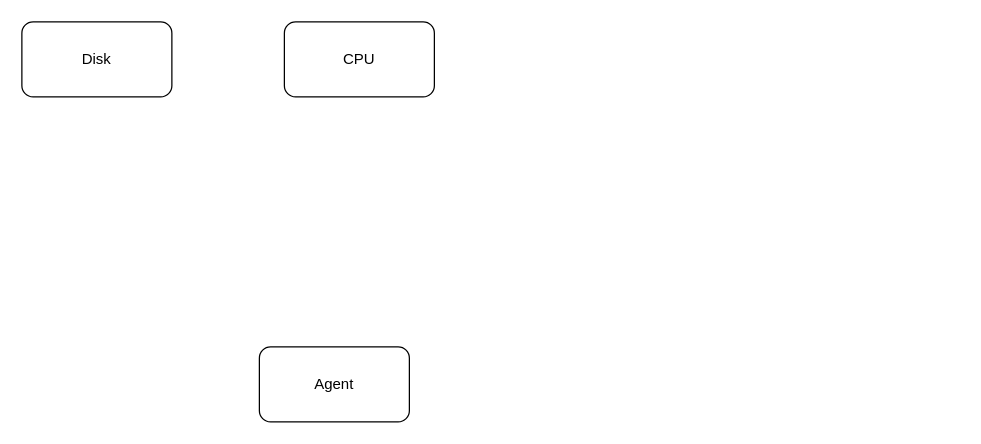
The draw.io diagram page "系统资源调度器" (2 of 2) of Untitled Diagram.drawio in woshidama323/DATAREPO, before the edit. Source tidied: cells renumbered, new cells numbered last; positions are measured from the earlier drawing's top-left corner, leaving out a move shared by most shapes. Both pictures are drawn from the tidied source at 125%, with x=0, y=0 at pixel (21, 21).
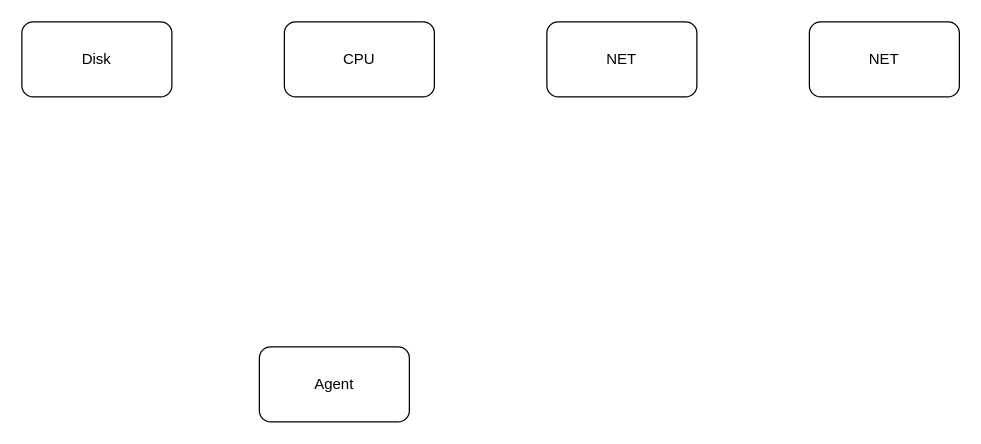
Above is the later version.

The edit, as a diff of the source:
```diff
@@
 <mxGraphModel>
   <root>
     <mxCell id="0" />
     <mxCell id="1" parent="0" />
     <mxCell id="2" value="Agent" style="rounded=1;whiteSpace=wrap;html=1;" parent="1" vertex="1">
       <mxGeometry x="190" y="260" width="120" height="60" as="geometry" />
     </mxCell>
     <mxCell id="3" value="Disk" style="rounded=1;whiteSpace=wrap;html=1;" parent="1" vertex="1">
       <mxGeometry width="120" height="60" as="geometry" />
     </mxCell>
     <mxCell id="4" value="CPU" style="rounded=1;whiteSpace=wrap;html=1;" parent="1" vertex="1">
       <mxGeometry x="210" width="120" height="60" as="geometry" />
     </mxCell>
+    <mxCell id="5" value="NET" style="rounded=1;whiteSpace=wrap;html=1;" parent="1" vertex="1">
+      <mxGeometry x="420" width="120" height="60" as="geometry" />
+    </mxCell>
+    <mxCell id="6" value="NET" style="rounded=1;whiteSpace=wrap;html=1;" parent="1" vertex="1">
+      <mxGeometry x="630" width="120" height="60" as="geometry" />
+    </mxCell>
   </root>
 </mxGraphModel>
```
